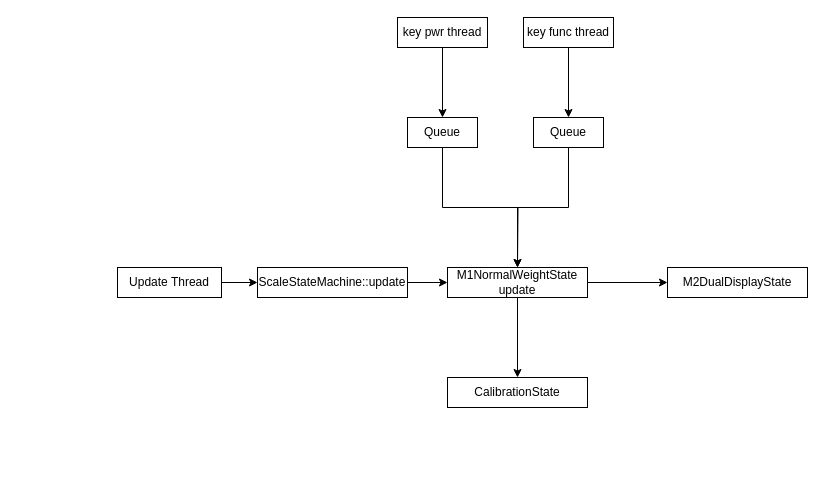
This is CoffeeWs/未命名绘图.drawio from mailonghua/drawio, a draw.io file, before an edit. Source tidied: cells renumbered, new cells numbered last; positions are measured from the earlier drawing's top-left corner, leaving out a move shared by most shapes. Both pictures are drawn from the tidied source at 100%, with x=0, y=0 at pixel (117, 17).
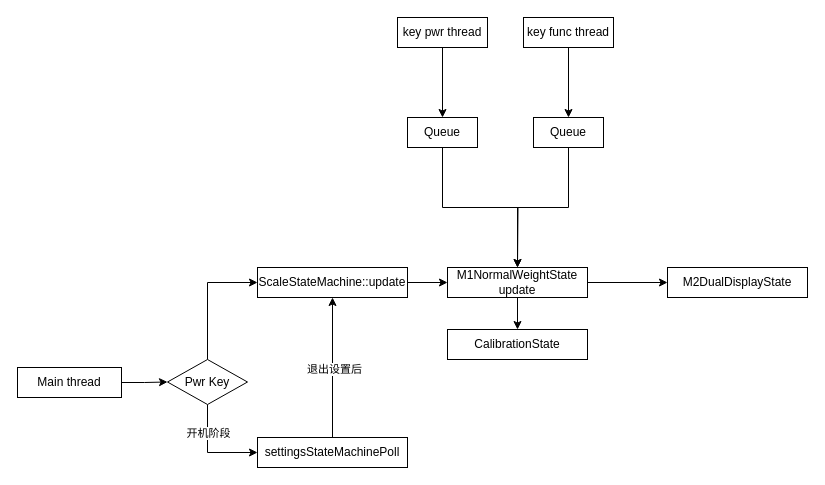
Above is the later version.

Commit message:
更新未命名绘图.drawio

The change refers to these unchanged cells:
```xml
<mxCell id="13" value="ScaleStateMachine::update" style="rounded=0;whiteSpace=wrap;html=1;" parent="1" vertex="1">
  <mxGeometry x="140" y="250" width="150" height="30" as="geometry" />
</mxCell>
```

The edit, as a diff of the source:
```diff
@@
-    <mxCell id="10" style="edgeStyle=orthogonalEdgeStyle;rounded=0;jettySize=auto;html=1;" parent="1" edge="1" source="11" target="13">
-      <mxGeometry relative="1" as="geometry" />
-    </mxCell>
+    <mxCell id="19" style="edgeStyle=orthogonalEdgeStyle;rounded=0;jettySize=auto;html=1;exitX=1;exitY=0.5;exitDx=0;exitDy=0;entryX=0;entryY=0.5;entryDx=0;entryDy=0;" parent="1" edge="1" source="11" target="23">
+      <mxGeometry relative="1" as="geometry" />
+    </mxCell>
-    <mxCell id="11" value="Update Thread" style="rounded=0;whiteSpace=wrap;html=1;" parent="1" vertex="1">
-      <mxGeometry y="250" width="104" height="30" as="geometry" />
+    <mxCell id="11" value="Main thread" style="rounded=0;whiteSpace=wrap;html=1;" parent="1" vertex="1">
+      <mxGeometry x="-100" y="350" width="104" height="30" as="geometry" />
     </mxCell>
@@
     <mxCell id="18" value="CalibrationState" style="rounded=0;whiteSpace=wrap;html=1;" parent="1" vertex="1">
-      <mxGeometry x="330" y="360" width="140" height="30" as="geometry" />
+      <mxGeometry x="330" y="312" width="140" height="30" as="geometry" />
     </mxCell>
+    <mxCell id="20" style="edgeStyle=orthogonalEdgeStyle;rounded=0;jettySize=auto;html=1;exitX=0.5;exitY=0;exitDx=0;exitDy=0;entryX=0;entryY=0.5;entryDx=0;entryDy=0;" parent="1" edge="1" source="23" target="13">
+      <mxGeometry relative="1" as="geometry" />
+    </mxCell>
+    <mxCell id="21" style="edgeStyle=orthogonalEdgeStyle;rounded=0;jettySize=auto;html=1;exitX=0.5;exitY=1;exitDx=0;exitDy=0;entryX=0;entryY=0.5;entryDx=0;entryDy=0;" parent="1" edge="1" source="23" target="26">
+      <mxGeometry relative="1" as="geometry" />
+    </mxCell>
+    <mxCell id="22" value="开机阶段" style="edgeLabel;html=1;align=center;verticalAlign=middle;" parent="21" vertex="1">
+      <mxGeometry x="-0.43" relative="1" as="geometry" />
+    </mxCell>
+    <mxCell id="23" value="Pwr Key" style="rhombus;whiteSpace=wrap;html=1;" parent="1" vertex="1">
+      <mxGeometry x="50" y="342" width="80" height="45" as="geometry" />
+    </mxCell>
+    <mxCell id="24" style="edgeStyle=orthogonalEdgeStyle;rounded=0;jettySize=auto;html=1;exitX=0.5;exitY=0;exitDx=0;exitDy=0;entryX=0.5;entryY=1;entryDx=0;entryDy=0;" parent="1" edge="1" source="26" target="13">
+      <mxGeometry relative="1" as="geometry" />
+    </mxCell>
+    <mxCell id="25" value="退出设置后" style="edgeLabel;html=1;align=center;verticalAlign=middle;" parent="24" vertex="1">
+      <mxGeometry x="-0.01" y="-1" relative="1" as="geometry" />
+    </mxCell>
+    <mxCell id="26" value="settingsStateMachinePoll" style="rounded=0;whiteSpace=wrap;html=1;" parent="1" vertex="1">
+      <mxGeometry x="140" y="420" width="150" height="30" as="geometry" />
+    </mxCell>
```
